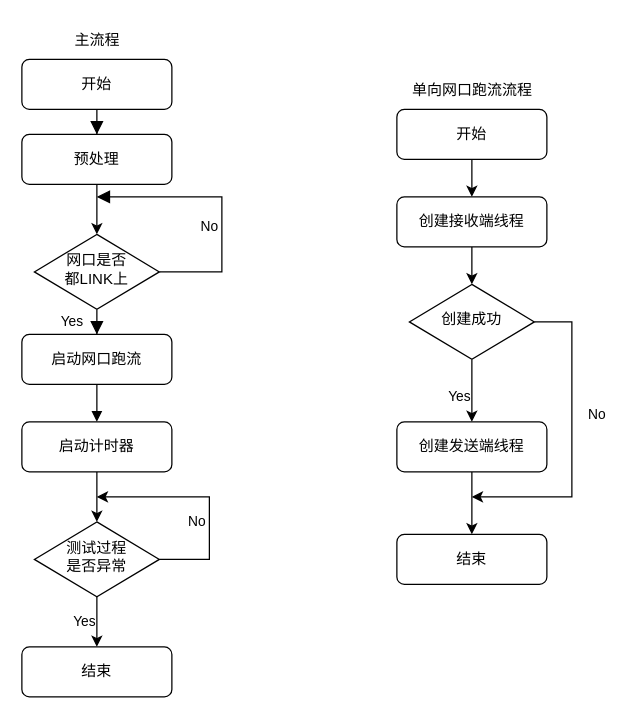
The draw.io diagram a300.drawio in waterwatermelon/graph, before the edit. Source tidied: cells renumbered, new cells numbered last; positions are measured from the earlier drawing's top-left corner, leaving out a move shared by most shapes. Both pictures are drawn from the tidied source at 125%, with x=0, y=0 at pixel (21, 21).
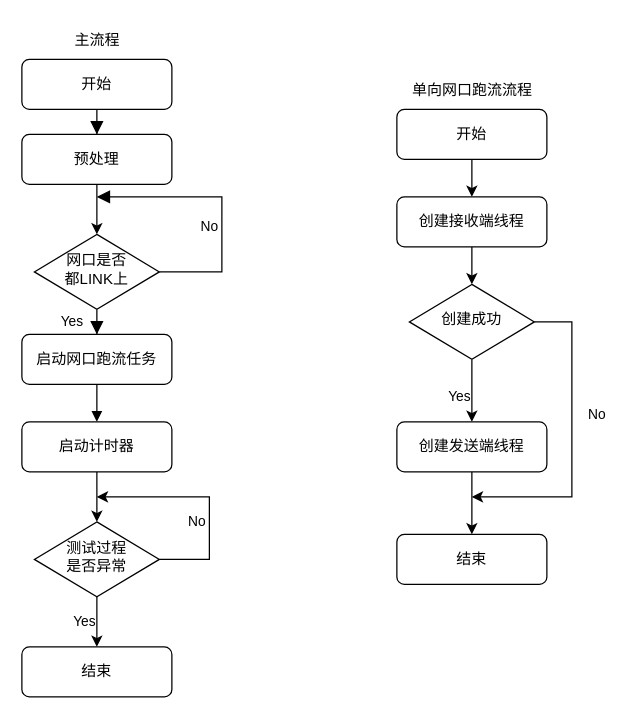
The same page after the edit.

Diff of the diagram source:
```diff
@@
-    <mxCell id="8" value="启动网口跑流" style="rounded=1;whiteSpace=wrap;html=1;fontSize=12;glass=0;strokeWidth=1;shadow=0;" parent="1" vertex="1">
+    <mxCell id="8" value="启动网口跑流任务" style="rounded=1;whiteSpace=wrap;html=1;fontSize=12;glass=0;strokeWidth=1;shadow=0;" parent="1" vertex="1">
       <mxGeometry y="250" width="120" height="40" as="geometry" />
     </mxCell>
```
